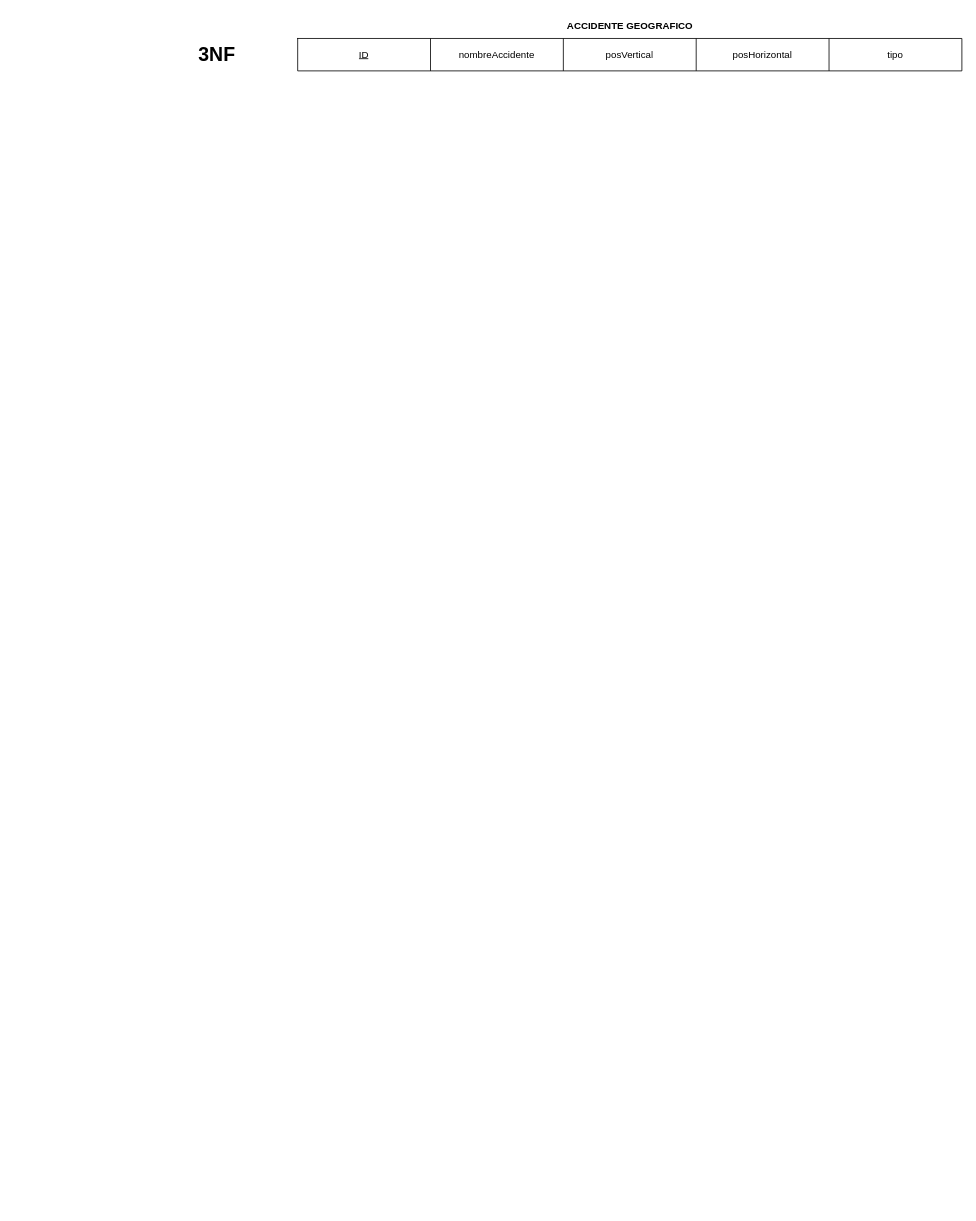
The draw.io diagram BasesDatos/Tema 6/ActividadBD6.3.1.drawio in RubenAC1999/Clase, before the edit. Source tidied: cells renumbered, new cells numbered last; positions are measured from the earlier drawing's top-left corner, leaving out a move shared by most shapes. Both pictures are drawn from the tidied source at 81%, with x=0, y=0 at pixel (176, 14).
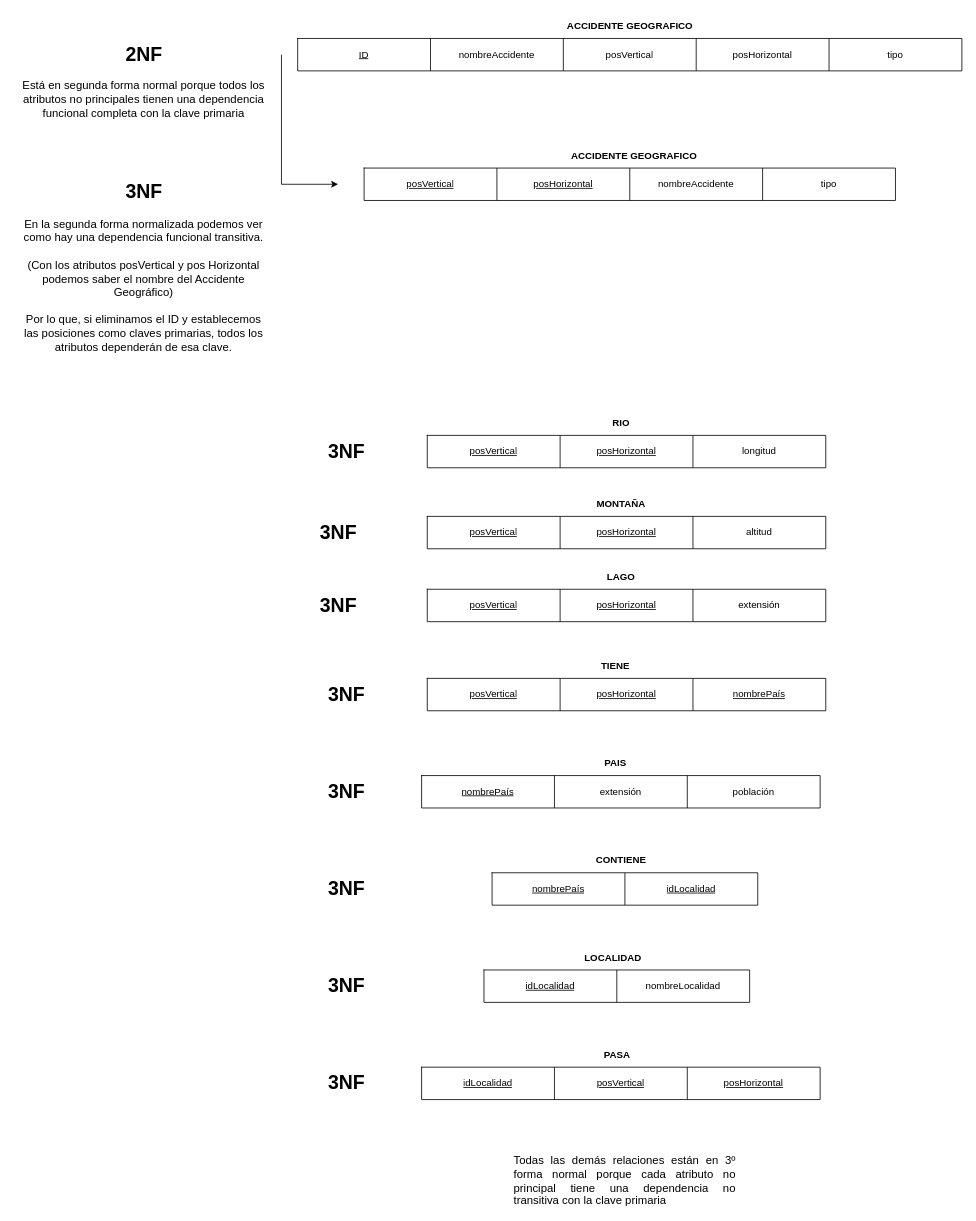
Above is the later version.

Commit message (it also covers changes not shown here):
autoCommit 2024/02/07. Hora: 21:30

The edit, as a diff of the source:
```diff
@@
-    <mxCell id="10" value="3NF" style="text;strokeColor=none;fillColor=none;html=1;fontSize=24;fontStyle=1;verticalAlign=middle;align=center;" parent="1" vertex="1">
-      <mxGeometry y="30" width="100" height="40" as="geometry" />
+    <mxCell id="10" value="2NF" style="text;strokeColor=none;fillColor=none;html=1;fontSize=24;fontStyle=1;verticalAlign=middle;align=center;" parent="1" vertex="1">
+      <mxGeometry x="-90" y="30" width="100" height="40" as="geometry" />
     </mxCell>
+    <mxCell id="11" style="shape=table;startSize=0;childLayout=tableLayout;" parent="1" vertex="1">
+      <mxGeometry x="232" y="190" width="656" height="40" as="geometry" />
+    </mxCell>
+    <mxCell id="12" style="shape=tableRow;horizontal=0;startSize=0;swimlaneHead=0;swimlaneBody=0;strokeColor=inherit;top=0;left=0;bottom=0;right=0;fillColor=none;" parent="11" vertex="1">
+      <mxGeometry width="656" height="40" as="geometry" />
+    </mxCell>
+    <mxCell id="13" value="&lt;u&gt;posVertical&lt;/u&gt;" style="shape=partialRectangle;html=1;whiteSpace=wrap;strokeColor=inherit;overflow=hidden;fillColor=none;top=0;left=0;bottom=0;right=0;" parent="12" vertex="1">
+      <mxGeometry width="164" height="40" as="geometry" />
+    </mxCell>
+    <mxCell id="14" value="&lt;u&gt;posHorizontal&lt;/u&gt;" style="shape=partialRectangle;html=1;whiteSpace=wrap;strokeColor=inherit;overflow=hidden;fillColor=none;top=0;left=0;bottom=0;right=0;" parent="12" vertex="1">
+      <mxGeometry x="164" width="164" height="40" as="geometry" />
+    </mxCell>
+    <mxCell id="15" value="nombreAccidente" style="shape=partialRectangle;html=1;whiteSpace=wrap;strokeColor=inherit;overflow=hidden;fillColor=none;top=0;left=0;bottom=0;right=0;" parent="12" vertex="1">
+      <mxGeometry x="328" width="164" height="40" as="geometry" />
+    </mxCell>
+    <mxCell id="16" value="tipo" style="shape=partialRectangle;html=1;whiteSpace=wrap;strokeColor=inherit;overflow=hidden;fillColor=none;top=0;left=0;bottom=0;right=0;" parent="12" vertex="1">
+      <mxGeometry x="492" width="164" height="40" as="geometry" />
+    </mxCell>
+    <mxCell id="17" value="&lt;b&gt;ACCIDENTE GEOGRAFICO&lt;/b&gt;" style="text;html=1;strokeColor=none;fillColor=none;align=center;verticalAlign=middle;whiteSpace=wrap;rounded=0;" parent="1" vertex="1">
+      <mxGeometry x="442.5" y="160" width="245" height="30" as="geometry" />
+    </mxCell>
+    <mxCell id="18" value="3NF" style="text;strokeColor=none;fillColor=none;html=1;fontSize=24;fontStyle=1;verticalAlign=middle;align=center;" parent="1" vertex="1">
+      <mxGeometry x="-90" y="200" width="100" height="40" as="geometry" />
+    </mxCell>
+    <mxCell id="19" style="endArrow=classic;html=1;rounded=0;" parent="1" edge="1">
+      <mxGeometry relative="1" as="geometry">
+        <mxPoint x="130" y="50" as="sourcePoint" />
+        <mxPoint x="200" y="210" as="targetPoint" />
+        <Array as="points">
+          <mxPoint x="130" y="210" />
+        </Array>
+      </mxGeometry>
+    </mxCell>
+    <mxCell id="20" value="&lt;font style=&quot;font-size: 14px;&quot;&gt;En la segunda forma normalizada podemos ver como hay una dependencia funcional transitiva.&lt;br&gt;&lt;br&gt;(Con los atributos posVertical y pos Horizontal podemos saber el nombre del Accidente &lt;/font&gt;&lt;font style=&quot;font-size: 14px;&quot;&gt;&lt;font style=&quot;&quot;&gt;Geográfico)&lt;/font&gt;&lt;br&gt;&lt;br&gt;Por lo que, si eliminamos el ID y establecemos las posiciones como claves primarias, todos los atributos dependerán de esa clave.&lt;/font&gt;" style="text;html=1;strokeColor=none;fillColor=none;align=center;verticalAlign=middle;whiteSpace=wrap;rounded=0;" parent="1" vertex="1">
+      <mxGeometry x="-195" y="310" width="310" height="50" as="geometry" />
+    </mxCell>
+    <mxCell id="21" style="shape=table;startSize=0;childLayout=tableLayout;" parent="1" vertex="1">
+      <mxGeometry x="310" y="520" width="492" height="40" as="geometry" />
+    </mxCell>
+    <mxCell id="22" style="shape=tableRow;horizontal=0;startSize=0;swimlaneHead=0;swimlaneBody=0;strokeColor=inherit;top=0;left=0;bottom=0;right=0;fillColor=none;" parent="21" vertex="1">
+      <mxGeometry width="492" height="40" as="geometry" />
+    </mxCell>
+    <mxCell id="23" value="&lt;u&gt;posVertical&lt;/u&gt;" style="shape=partialRectangle;html=1;whiteSpace=wrap;strokeColor=inherit;overflow=hidden;fillColor=none;top=0;left=0;bottom=0;right=0;" parent="22" vertex="1">
+      <mxGeometry width="164" height="40" as="geometry" />
+    </mxCell>
+    <mxCell id="24" value="&lt;u&gt;posHorizontal&lt;/u&gt;" style="shape=partialRectangle;html=1;whiteSpace=wrap;strokeColor=inherit;overflow=hidden;fillColor=none;top=0;left=0;bottom=0;right=0;" parent="22" vertex="1">
+      <mxGeometry x="164" width="164" height="40" as="geometry" />
+    </mxCell>
+    <mxCell id="25" value="longitud" style="shape=partialRectangle;html=1;whiteSpace=wrap;strokeColor=inherit;overflow=hidden;fillColor=none;top=0;left=0;bottom=0;right=0;" parent="22" vertex="1">
+      <mxGeometry x="328" width="164" height="40" as="geometry" />
+    </mxCell>
+    <mxCell id="26" value="&lt;b&gt;RIO&lt;/b&gt;" style="text;html=1;strokeColor=none;fillColor=none;align=center;verticalAlign=middle;whiteSpace=wrap;rounded=0;" parent="1" vertex="1">
+      <mxGeometry x="426.5" y="490" width="245" height="30" as="geometry" />
+    </mxCell>
+    <mxCell id="27" value="3NF" style="text;strokeColor=none;fillColor=none;html=1;fontSize=24;fontStyle=1;verticalAlign=middle;align=center;" parent="1" vertex="1">
+      <mxGeometry x="160" y="520" width="100" height="40" as="geometry" />
+    </mxCell>
+    <mxCell id="28" style="shape=table;startSize=0;childLayout=tableLayout;" parent="1" vertex="1">
+      <mxGeometry x="310" y="620" width="492" height="40" as="geometry" />
+    </mxCell>
+    <mxCell id="29" style="shape=tableRow;horizontal=0;startSize=0;swimlaneHead=0;swimlaneBody=0;strokeColor=inherit;top=0;left=0;bottom=0;right=0;fillColor=none;" parent="28" vertex="1">
+      <mxGeometry width="492" height="40" as="geometry" />
+    </mxCell>
+    <mxCell id="30" value="&lt;u&gt;posVertical&lt;/u&gt;" style="shape=partialRectangle;html=1;whiteSpace=wrap;strokeColor=inherit;overflow=hidden;fillColor=none;top=0;left=0;bottom=0;right=0;" parent="29" vertex="1">
+      <mxGeometry width="164" height="40" as="geometry" />
+    </mxCell>
+    <mxCell id="31" value="&lt;u&gt;posHorizontal&lt;/u&gt;" style="shape=partialRectangle;html=1;whiteSpace=wrap;strokeColor=inherit;overflow=hidden;fillColor=none;top=0;left=0;bottom=0;right=0;" parent="29" vertex="1">
+      <mxGeometry x="164" width="164" height="40" as="geometry" />
+    </mxCell>
+    <mxCell id="32" value="altitud" style="shape=partialRectangle;html=1;whiteSpace=wrap;strokeColor=inherit;overflow=hidden;fillColor=none;top=0;left=0;bottom=0;right=0;" parent="29" vertex="1">
+      <mxGeometry x="328" width="164" height="40" as="geometry" />
+    </mxCell>
+    <mxCell id="33" value="&lt;b&gt;MONTAÑA&lt;/b&gt;" style="text;html=1;strokeColor=none;fillColor=none;align=center;verticalAlign=middle;whiteSpace=wrap;rounded=0;" parent="1" vertex="1">
+      <mxGeometry x="426.5" y="590" width="245" height="30" as="geometry" />
+    </mxCell>
+    <mxCell id="34" value="3NF" style="text;strokeColor=none;fillColor=none;html=1;fontSize=24;fontStyle=1;verticalAlign=middle;align=center;" parent="1" vertex="1">
+      <mxGeometry x="150" y="620" width="100" height="40" as="geometry" />
+    </mxCell>
+    <mxCell id="35" style="shape=table;startSize=0;childLayout=tableLayout;" parent="1" vertex="1">
+      <mxGeometry x="310" y="710" width="492" height="40" as="geometry" />
+    </mxCell>
+    <mxCell id="36" style="shape=tableRow;horizontal=0;startSize=0;swimlaneHead=0;swimlaneBody=0;strokeColor=inherit;top=0;left=0;bottom=0;right=0;fillColor=none;" parent="35" vertex="1">
+      <mxGeometry width="492" height="40" as="geometry" />
+    </mxCell>
+    <mxCell id="37" value="&lt;u&gt;posVertical&lt;/u&gt;" style="shape=partialRectangle;html=1;whiteSpace=wrap;strokeColor=inherit;overflow=hidden;fillColor=none;top=0;left=0;bottom=0;right=0;" parent="36" vertex="1">
+      <mxGeometry width="164" height="40" as="geometry" />
+    </mxCell>
+    <mxCell id="38" value="&lt;u&gt;posHorizontal&lt;/u&gt;" style="shape=partialRectangle;html=1;whiteSpace=wrap;strokeColor=inherit;overflow=hidden;fillColor=none;top=0;left=0;bottom=0;right=0;" parent="36" vertex="1">
+      <mxGeometry x="164" width="164" height="40" as="geometry" />
+    </mxCell>
+    <mxCell id="39" value="extensión" style="shape=partialRectangle;html=1;whiteSpace=wrap;strokeColor=inherit;overflow=hidden;fillColor=none;top=0;left=0;bottom=0;right=0;" parent="36" vertex="1">
+      <mxGeometry x="328" width="164" height="40" as="geometry" />
+    </mxCell>
+    <mxCell id="40" value="&lt;b&gt;LAGO&lt;/b&gt;" style="text;html=1;strokeColor=none;fillColor=none;align=center;verticalAlign=middle;whiteSpace=wrap;rounded=0;" parent="1" vertex="1">
+      <mxGeometry x="426.5" y="680" width="245" height="30" as="geometry" />
+    </mxCell>
+    <mxCell id="41" value="3NF" style="text;strokeColor=none;fillColor=none;html=1;fontSize=24;fontStyle=1;verticalAlign=middle;align=center;" parent="1" vertex="1">
+      <mxGeometry x="150" y="710" width="100" height="40" as="geometry" />
+    </mxCell>
+    <mxCell id="42" style="shape=table;startSize=0;childLayout=tableLayout;" parent="1" vertex="1">
+      <mxGeometry x="310" y="820" width="492" height="40" as="geometry" />
+    </mxCell>
+    <mxCell id="43" style="shape=tableRow;horizontal=0;startSize=0;swimlaneHead=0;swimlaneBody=0;strokeColor=inherit;top=0;left=0;bottom=0;right=0;fillColor=none;" parent="42" vertex="1">
+      <mxGeometry width="492" height="40" as="geometry" />
+    </mxCell>
+    <mxCell id="44" value="&lt;u&gt;posVertical&lt;/u&gt;" style="shape=partialRectangle;html=1;whiteSpace=wrap;strokeColor=inherit;overflow=hidden;fillColor=none;top=0;left=0;bottom=0;right=0;" parent="43" vertex="1">
+      <mxGeometry width="164" height="40" as="geometry" />
+    </mxCell>
+    <mxCell id="45" value="&lt;u&gt;posHorizontal&lt;/u&gt;" style="shape=partialRectangle;html=1;whiteSpace=wrap;strokeColor=inherit;overflow=hidden;fillColor=none;top=0;left=0;bottom=0;right=0;" parent="43" vertex="1">
+      <mxGeometry x="164" width="164" height="40" as="geometry" />
+    </mxCell>
+    <mxCell id="46" value="&lt;u&gt;nombrePaís&lt;/u&gt;" style="shape=partialRectangle;html=1;whiteSpace=wrap;strokeColor=inherit;overflow=hidden;fillColor=none;top=0;left=0;bottom=0;right=0;" parent="43" vertex="1">
+      <mxGeometry x="328" width="164" height="40" as="geometry" />
+    </mxCell>
+    <mxCell id="47" value="&lt;b&gt;TIENE&lt;/b&gt;" style="text;html=1;strokeColor=none;fillColor=none;align=center;verticalAlign=middle;whiteSpace=wrap;rounded=0;" parent="1" vertex="1">
+      <mxGeometry x="419.5" y="790" width="245" height="30" as="geometry" />
+    </mxCell>
+    <mxCell id="48" value="3NF" style="text;strokeColor=none;fillColor=none;html=1;fontSize=24;fontStyle=1;verticalAlign=middle;align=center;" parent="1" vertex="1">
+      <mxGeometry x="160" y="820" width="100" height="40" as="geometry" />
+    </mxCell>
+    <mxCell id="49" style="shape=table;startSize=0;childLayout=tableLayout;" parent="1" vertex="1">
+      <mxGeometry x="303" y="940" width="492" height="40" as="geometry" />
+    </mxCell>
+    <mxCell id="50" style="shape=tableRow;horizontal=0;startSize=0;swimlaneHead=0;swimlaneBody=0;strokeColor=inherit;top=0;left=0;bottom=0;right=0;fillColor=none;" parent="49" vertex="1">
+      <mxGeometry width="492" height="40" as="geometry" />
+    </mxCell>
+    <mxCell id="51" value="&lt;u&gt;nombrePaís&lt;/u&gt;" style="shape=partialRectangle;html=1;whiteSpace=wrap;strokeColor=inherit;overflow=hidden;fillColor=none;top=0;left=0;bottom=0;right=0;" parent="50" vertex="1">
+      <mxGeometry width="164" height="40" as="geometry" />
+    </mxCell>
+    <mxCell id="52" value="extensión" style="shape=partialRectangle;html=1;whiteSpace=wrap;strokeColor=inherit;overflow=hidden;fillColor=none;top=0;left=0;bottom=0;right=0;" parent="50" vertex="1">
+      <mxGeometry x="164" width="164" height="40" as="geometry" />
+    </mxCell>
+    <mxCell id="53" value="población" style="shape=partialRectangle;html=1;whiteSpace=wrap;strokeColor=inherit;overflow=hidden;fillColor=none;top=0;left=0;bottom=0;right=0;" parent="50" vertex="1">
+      <mxGeometry x="328" width="164" height="40" as="geometry" />
+    </mxCell>
+    <mxCell id="54" value="&lt;b&gt;PAIS&lt;/b&gt;" style="text;html=1;strokeColor=none;fillColor=none;align=center;verticalAlign=middle;whiteSpace=wrap;rounded=0;" parent="1" vertex="1">
+      <mxGeometry x="419.5" y="910" width="245" height="30" as="geometry" />
+    </mxCell>
+    <mxCell id="55" value="3NF" style="text;strokeColor=none;fillColor=none;html=1;fontSize=24;fontStyle=1;verticalAlign=middle;align=center;" parent="1" vertex="1">
+      <mxGeometry x="160" y="940" width="100" height="40" as="geometry" />
+    </mxCell>
+    <mxCell id="56" style="shape=table;startSize=0;childLayout=tableLayout;" parent="1" vertex="1">
+      <mxGeometry x="390" y="1060" width="328" height="40" as="geometry" />
+    </mxCell>
+    <mxCell id="57" style="shape=tableRow;horizontal=0;startSize=0;swimlaneHead=0;swimlaneBody=0;strokeColor=inherit;top=0;left=0;bottom=0;right=0;fillColor=none;" parent="56" vertex="1">
+      <mxGeometry width="328" height="40" as="geometry" />
+    </mxCell>
+    <mxCell id="58" value="&lt;u&gt;nombrePaís&lt;/u&gt;" style="shape=partialRectangle;html=1;whiteSpace=wrap;strokeColor=inherit;overflow=hidden;fillColor=none;top=0;left=0;bottom=0;right=0;" parent="57" vertex="1">
+      <mxGeometry width="164" height="40" as="geometry" />
+    </mxCell>
+    <mxCell id="59" value="&lt;u&gt;idLocalidad&lt;/u&gt;" style="shape=partialRectangle;html=1;whiteSpace=wrap;strokeColor=inherit;overflow=hidden;fillColor=none;top=0;left=0;bottom=0;right=0;" parent="57" vertex="1">
+      <mxGeometry x="164" width="164" height="40" as="geometry" />
+    </mxCell>
+    <mxCell id="60" value="&lt;b&gt;CONTIENE&lt;/b&gt;" style="text;html=1;strokeColor=none;fillColor=none;align=center;verticalAlign=middle;whiteSpace=wrap;rounded=0;" parent="1" vertex="1">
+      <mxGeometry x="426.5" y="1030" width="245" height="30" as="geometry" />
+    </mxCell>
+    <mxCell id="61" value="3NF" style="text;strokeColor=none;fillColor=none;html=1;fontSize=24;fontStyle=1;verticalAlign=middle;align=center;" parent="1" vertex="1">
+      <mxGeometry x="160" y="1060" width="100" height="40" as="geometry" />
+    </mxCell>
+    <mxCell id="62" style="shape=table;startSize=0;childLayout=tableLayout;" parent="1" vertex="1">
+      <mxGeometry x="380" y="1180" width="328" height="40" as="geometry" />
+    </mxCell>
+    <mxCell id="63" style="shape=tableRow;horizontal=0;startSize=0;swimlaneHead=0;swimlaneBody=0;strokeColor=inherit;top=0;left=0;bottom=0;right=0;fillColor=none;" parent="62" vertex="1">
+      <mxGeometry width="328" height="40" as="geometry" />
+    </mxCell>
+    <mxCell id="64" value="&lt;u&gt;idLocalidad&lt;/u&gt;" style="shape=partialRectangle;html=1;whiteSpace=wrap;strokeColor=inherit;overflow=hidden;fillColor=none;top=0;left=0;bottom=0;right=0;" parent="63" vertex="1">
+      <mxGeometry width="164" height="40" as="geometry" />
+    </mxCell>
+    <mxCell id="65" value="nombreLocalidad" style="shape=partialRectangle;html=1;whiteSpace=wrap;strokeColor=inherit;overflow=hidden;fillColor=none;top=0;left=0;bottom=0;right=0;" parent="63" vertex="1">
+      <mxGeometry x="164" width="164" height="40" as="geometry" />
+    </mxCell>
+    <mxCell id="66" value="&lt;b&gt;LOCALIDAD&lt;/b&gt;" style="text;html=1;strokeColor=none;fillColor=none;align=center;verticalAlign=middle;whiteSpace=wrap;rounded=0;" parent="1" vertex="1">
+      <mxGeometry x="416.5" y="1150" width="245" height="30" as="geometry" />
+    </mxCell>
+    <mxCell id="67" value="3NF" style="text;strokeColor=none;fillColor=none;html=1;fontSize=24;fontStyle=1;verticalAlign=middle;align=center;" parent="1" vertex="1">
+      <mxGeometry x="160" y="1180" width="100" height="40" as="geometry" />
+    </mxCell>
+    <mxCell id="68" style="shape=table;startSize=0;childLayout=tableLayout;" parent="1" vertex="1">
+      <mxGeometry x="303" y="1300" width="492" height="40" as="geometry" />
+    </mxCell>
+    <mxCell id="69" style="shape=tableRow;horizontal=0;startSize=0;swimlaneHead=0;swimlaneBody=0;strokeColor=inherit;top=0;left=0;bottom=0;right=0;fillColor=none;" parent="68" vertex="1">
+      <mxGeometry width="492" height="40" as="geometry" />
+    </mxCell>
+    <mxCell id="70" value="&lt;u&gt;idLocalidad&lt;/u&gt;" style="shape=partialRectangle;html=1;whiteSpace=wrap;strokeColor=inherit;overflow=hidden;fillColor=none;top=0;left=0;bottom=0;right=0;" parent="69" vertex="1">
+      <mxGeometry width="164" height="40" as="geometry" />
+    </mxCell>
+    <mxCell id="71" value="&lt;u&gt;posVertical&lt;/u&gt;" style="shape=partialRectangle;html=1;whiteSpace=wrap;strokeColor=inherit;overflow=hidden;fillColor=none;top=0;left=0;bottom=0;right=0;" parent="69" vertex="1">
+      <mxGeometry x="164" width="164" height="40" as="geometry" />
+    </mxCell>
+    <mxCell id="72" value="&lt;u&gt;posHorizontal&lt;/u&gt;" style="shape=partialRectangle;html=1;whiteSpace=wrap;strokeColor=inherit;overflow=hidden;fillColor=none;top=0;left=0;bottom=0;right=0;" parent="69" vertex="1">
+      <mxGeometry x="328" width="164" height="40" as="geometry" />
+    </mxCell>
+    <mxCell id="73" value="&lt;b&gt;PASA&lt;/b&gt;" style="text;html=1;strokeColor=none;fillColor=none;align=center;verticalAlign=middle;whiteSpace=wrap;rounded=0;" parent="1" vertex="1">
+      <mxGeometry x="421.5" y="1270" width="245" height="30" as="geometry" />
+    </mxCell>
+    <mxCell id="74" value="3NF" style="text;strokeColor=none;fillColor=none;html=1;fontSize=24;fontStyle=1;verticalAlign=middle;align=center;" parent="1" vertex="1">
+      <mxGeometry x="160" y="1300" width="100" height="40" as="geometry" />
+    </mxCell>
+    <mxCell id="75" value="&lt;font style=&quot;font-size: 14px;&quot;&gt;Está en segunda forma normal porque todos los atributos no principales tienen una dependencia funcional completa con la clave primaria&lt;/font&gt;" style="text;html=1;strokeColor=none;fillColor=none;align=center;verticalAlign=middle;whiteSpace=wrap;rounded=0;" parent="1" vertex="1">
+      <mxGeometry x="-200" y="60" width="320" height="90" as="geometry" />
+    </mxCell>
+    <mxCell id="76" value="&lt;div style=&quot;text-align: justify;&quot;&gt;&lt;span style=&quot;font-size: 14px; background-color: initial;&quot;&gt;Todas las demás relaciones están en 3º forma normal porque cada atributo no principal tiene una dependencia no transitiva con la clave primaria&lt;/span&gt;&lt;/div&gt;" style="text;html=1;strokeColor=none;fillColor=none;align=center;verticalAlign=middle;whiteSpace=wrap;rounded=0;" parent="1" vertex="1">
+      <mxGeometry x="416" y="1410" width="276" height="60" as="geometry" />
+    </mxCell>
```
